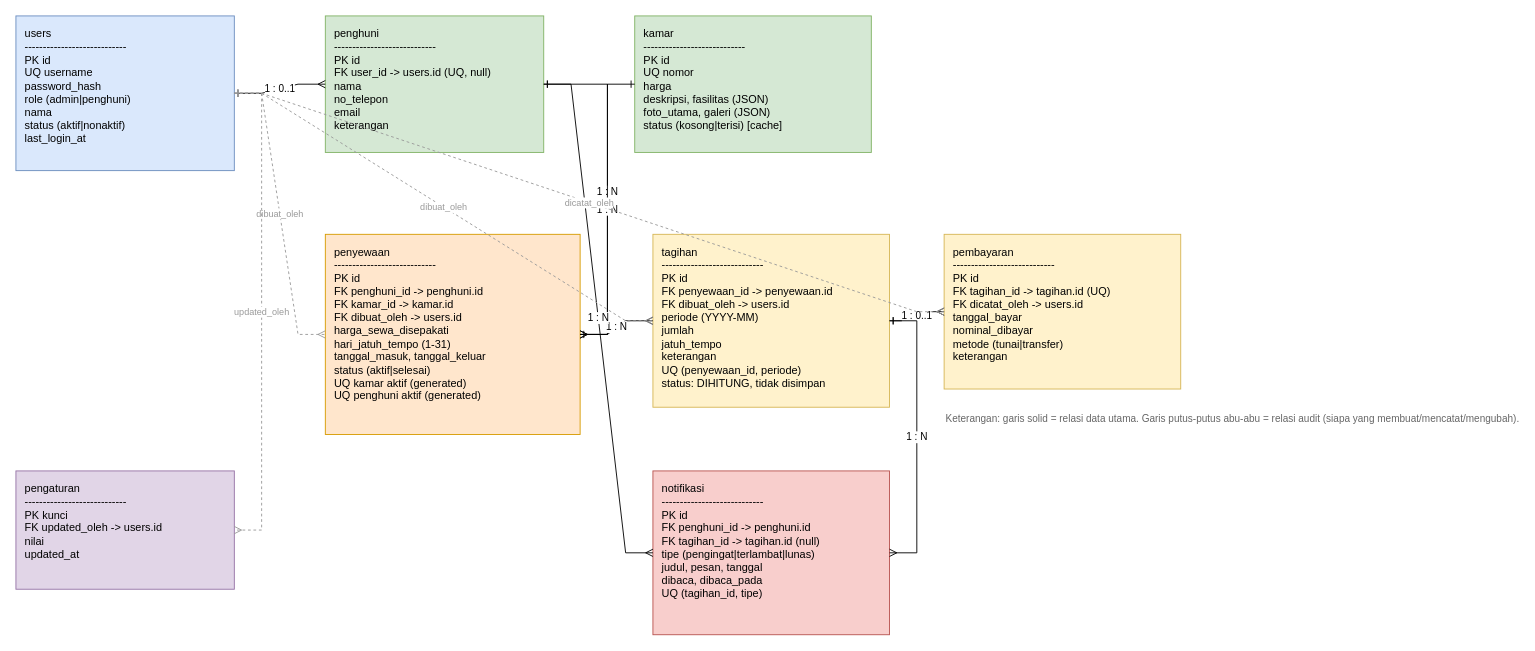
Earlier version of the draw.io diagram kos-aron/docs/erd.drawio (fuadzhrn/kos). Source tidied: cells renumbered, new cells numbered last; positions are measured from the earlier drawing's top-left corner, leaving out a move shared by most shapes. Both pictures are drawn from the tidied source at 91%, with x=0, y=0 at pixel (15, 15).
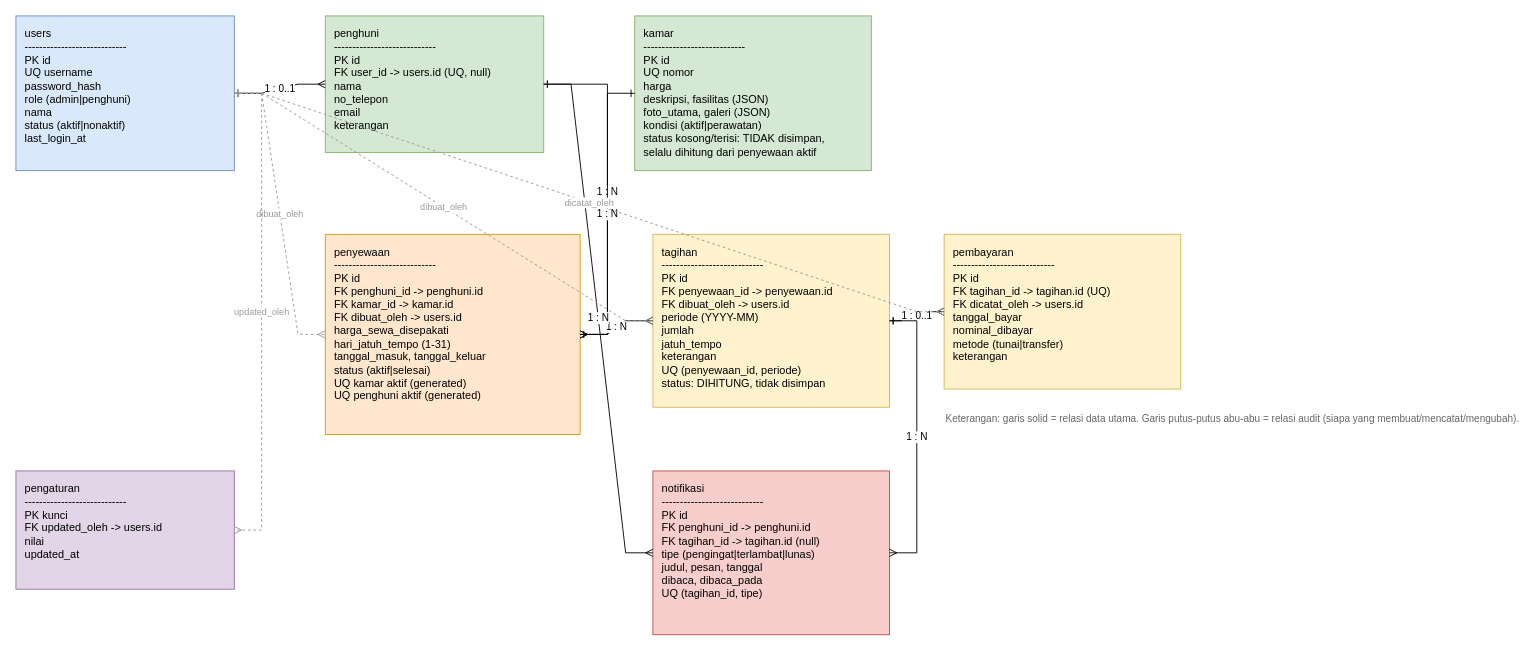
Above is the later version.

What changed in the source:
```diff
@@
-    <mxCell id="4" value="kamar&#10;----------------------------&#10;PK  id&#10;UQ  nomor&#10;    harga&#10;    deskripsi, fasilitas (JSON)&#10;    foto_utama, galeri (JSON)&#10;    status (kosong|terisi) [cache]" style="rounded=0;whiteSpace=wrap;html=1;align=left;verticalAlign=top;spacingLeft=8;spacingTop=6;fillColor=#d5e8d4;strokeColor=#82b366;fontSize=12;" parent="1" vertex="1">
-      <mxGeometry x="680" width="260" height="150" as="geometry" />
+    <mxCell id="4" value="kamar&#10;----------------------------&#10;PK  id&#10;UQ  nomor&#10;    harga&#10;    deskripsi, fasilitas (JSON)&#10;    foto_utama, galeri (JSON)&#10;    kondisi (aktif|perawatan)&#10;    status kosong/terisi: TIDAK disimpan,&#10;    selalu dihitung dari penyewaan aktif" style="rounded=0;whiteSpace=wrap;html=1;align=left;verticalAlign=top;spacingLeft=8;spacingTop=6;fillColor=#d5e8d4;strokeColor=#82b366;fontSize=12;" parent="1" vertex="1">
+      <mxGeometry x="680" width="260" height="170" as="geometry" />
     </mxCell>
```
